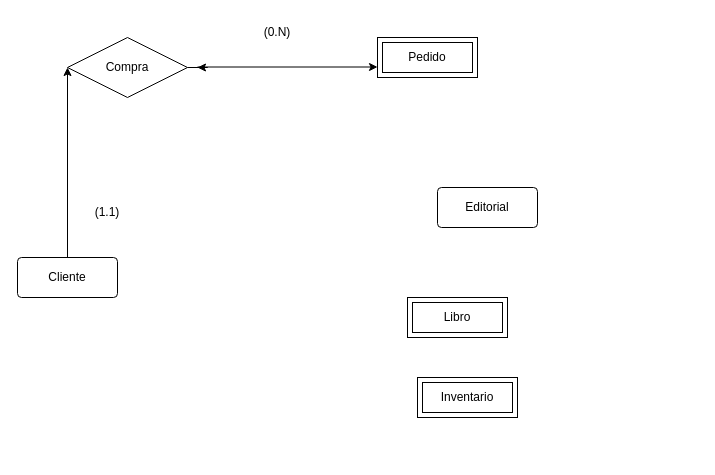
Above: db/modelo.drawio in Sergio-Tolaba/ds_ej (draw.io), before the change. Source tidied: cells renumbered, new cells numbered last; positions are measured from the earlier drawing's top-left corner, leaving out a move shared by most shapes. Both pictures are drawn from the tidied source at 100%, with x=0, y=0 at pixel (17, 17).
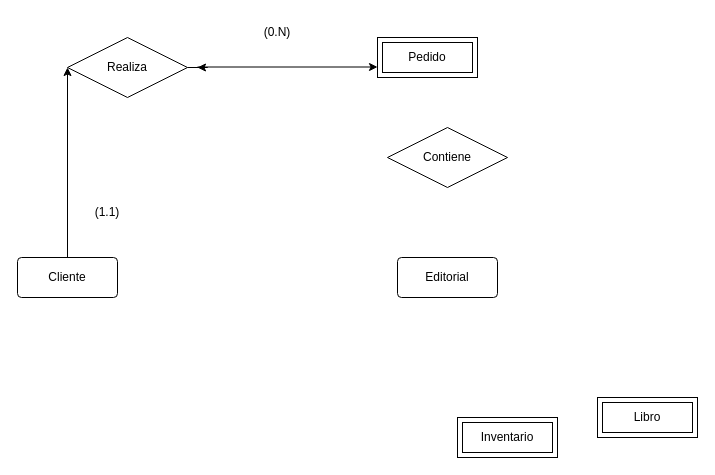
The same diagram, later.

Commit message:
Como se relaciona Pedido y Editorial modelo.drawio

The edit, as a diff of the source:
```diff
@@
 <mxGraphModel>
   <root>
     <mxCell id="0" />
     <mxCell id="1" parent="0" />
     <mxCell id="2" style="edgeStyle=orthogonalEdgeStyle;rounded=0;jettySize=auto;html=1;exitX=0.5;exitY=0;exitDx=0;exitDy=0;" parent="1" edge="1" source="3">
       <mxGeometry relative="1" as="geometry">
         <mxPoint x="50" y="50" as="targetPoint" />
       </mxGeometry>
     </mxCell>
     <mxCell id="3" value="Cliente" style="rounded=1;arcSize=10;whiteSpace=wrap;html=1;align=center;" parent="1" vertex="1">
       <mxGeometry y="240" width="100" height="40" as="geometry" />
     </mxCell>
     <mxCell id="4" value="Editorial" style="rounded=1;arcSize=10;whiteSpace=wrap;html=1;align=center;" parent="1" vertex="1">
-      <mxGeometry x="420" y="170" width="100" height="40" as="geometry" />
+      <mxGeometry x="380" y="240" width="100" height="40" as="geometry" />
     </mxCell>
     <mxCell id="5" value="Pedido" style="shape=ext;margin=3;double=1;whiteSpace=wrap;html=1;align=center;" parent="1" vertex="1">
       <mxGeometry x="360" y="20" width="100" height="40" as="geometry" />
     </mxCell>
     <mxCell id="6" value="Libro" style="shape=ext;margin=3;double=1;whiteSpace=wrap;html=1;align=center;" parent="1" vertex="1">
-      <mxGeometry x="390" y="280" width="100" height="40" as="geometry" />
+      <mxGeometry x="580" y="380" width="100" height="40" as="geometry" />
     </mxCell>
     <mxCell id="7" value="Inventario" style="shape=ext;margin=3;double=1;whiteSpace=wrap;html=1;align=center;" parent="1" vertex="1">
-      <mxGeometry x="400" y="360" width="100" height="40" as="geometry" />
+      <mxGeometry x="440" y="400" width="100" height="40" as="geometry" />
     </mxCell>
     <mxCell id="8" style="edgeStyle=orthogonalEdgeStyle;rounded=0;orthogonalLoop=1;jettySize=auto;html=1;entryX=0;entryY=0.75;entryDx=0;entryDy=0;" parent="1" edge="1">
       <mxGeometry relative="1" as="geometry">
         <mxPoint x="180" y="49.5" as="sourcePoint" />
         <mxPoint x="360" y="49.5" as="targetPoint" />
       </mxGeometry>
     </mxCell>
     <mxCell id="9" style="edgeStyle=orthogonalEdgeStyle;rounded=0;jettySize=auto;html=1;" parent="1" edge="1" source="10">
       <mxGeometry relative="1" as="geometry">
         <mxPoint x="180" y="50" as="targetPoint" />
       </mxGeometry>
     </mxCell>
-    <mxCell id="10" value="Compra" style="shape=rhombus;perimeter=rhombusPerimeter;whiteSpace=wrap;html=1;align=center;" parent="1" vertex="1">
+    <mxCell id="10" value="Realiza" style="shape=rhombus;perimeter=rhombusPerimeter;whiteSpace=wrap;html=1;align=center;" parent="1" vertex="1">
       <mxGeometry x="50" y="20" width="120" height="60" as="geometry" />
     </mxCell>
     <mxCell id="11" value="(1.1)" style="text;html=1;align=center;verticalAlign=middle;whiteSpace=wrap;rounded=0;" parent="1" vertex="1">
       <mxGeometry x="60" y="180" width="60" height="30" as="geometry" />
     </mxCell>
     <mxCell id="12" value="(0.N)" style="text;html=1;align=center;verticalAlign=middle;whiteSpace=wrap;rounded=0;" parent="1" vertex="1">
       <mxGeometry x="230" width="60" height="30" as="geometry" />
     </mxCell>
+    <mxCell id="13" value="Contiene" style="shape=rhombus;perimeter=rhombusPerimeter;whiteSpace=wrap;html=1;align=center;" parent="1" vertex="1">
+      <mxGeometry x="370" y="110" width="120" height="60" as="geometry" />
+    </mxCell>
   </root>
 </mxGraphModel>
```
